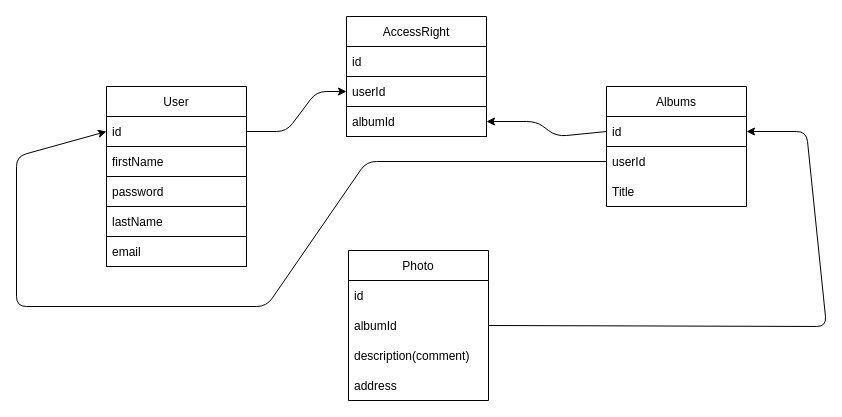
Earlier version of the draw.io diagram db.drawio (skreyzo/project-init). Source tidied: cells renumbered, new cells numbered last; positions are measured from the earlier drawing's top-left corner, leaving out a move shared by most shapes. Both pictures are drawn from the tidied source at 100%, with x=0, y=0 at pixel (16, 16).
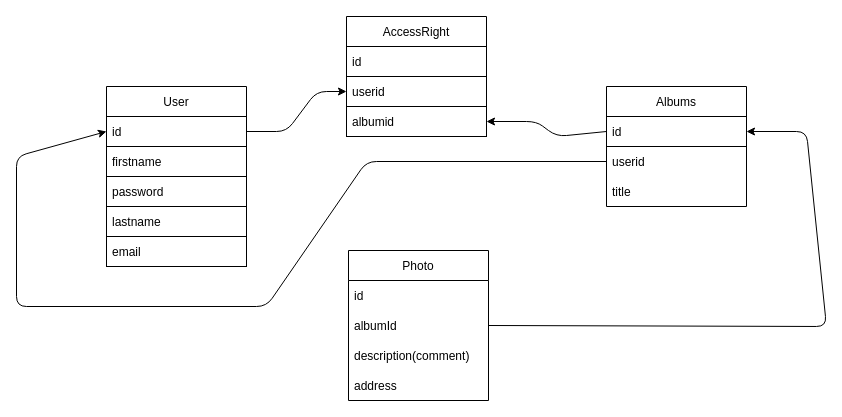
After the change.

The change refers to these unchanged cells:
```xml
<mxCell id="2" value="User" style="swimlane;fontStyle=0;horizontal=1;startSize=30;" parent="1" vertex="1">
  <mxGeometry x="90" y="70" width="140" height="180" as="geometry" />
</mxCell>
<mxCell id="8" value="Albums" style="swimlane;fontStyle=0;horizontal=1;startSize=30;" parent="1" vertex="1">
  <mxGeometry x="590" y="70" width="140" height="120" as="geometry" />
</mxCell>
<mxCell id="12" value="AccessRight" style="swimlane;fontStyle=0;horizontal=1;startSize=30;" parent="1" vertex="1">
  <mxGeometry x="330" width="140" height="120" as="geometry" />
</mxCell>
```

Diff of the diagram source:
```diff
@@
-    <mxCell id="4" value="firstName" style="text;strokeColor=default;fillColor=none;align=left;verticalAlign=middle;spacingLeft=4;spacingRight=4;overflow=hidden;" parent="2" vertex="1">
+    <mxCell id="4" value="firstname" style="text;strokeColor=default;fillColor=none;align=left;verticalAlign=middle;spacingLeft=4;spacingRight=4;overflow=hidden;" parent="2" vertex="1">
       <mxGeometry y="60" width="140" height="30" as="geometry" />
     </mxCell>
@@
-    <mxCell id="6" value="lastName" style="text;strokeColor=default;fillColor=none;align=left;verticalAlign=middle;spacingLeft=4;spacingRight=4;overflow=hidden;" parent="2" vertex="1">
+    <mxCell id="6" value="lastname" style="text;strokeColor=default;fillColor=none;align=left;verticalAlign=middle;spacingLeft=4;spacingRight=4;overflow=hidden;" parent="2" vertex="1">
       <mxGeometry y="120" width="140" height="30" as="geometry" />
     </mxCell>
@@
-    <mxCell id="10" value="userId" style="text;strokeColor=none;fillColor=none;align=left;verticalAlign=middle;spacingLeft=4;spacingRight=4;overflow=hidden;points=[[0,0.5],[1,0.5]];portConstraint=eastwest;" parent="8" vertex="1">
+    <mxCell id="10" value="userid" style="text;strokeColor=none;fillColor=none;align=left;verticalAlign=middle;spacingLeft=4;spacingRight=4;overflow=hidden;points=[[0,0.5],[1,0.5]];portConstraint=eastwest;" parent="8" vertex="1">
       <mxGeometry y="60" width="140" height="30" as="geometry" />
     </mxCell>
-    <mxCell id="11" value="Title" style="text;strokeColor=none;fillColor=none;align=left;verticalAlign=middle;spacingLeft=4;spacingRight=4;overflow=hidden;" parent="8" vertex="1">
+    <mxCell id="11" value="title" style="text;strokeColor=none;fillColor=none;align=left;verticalAlign=middle;spacingLeft=4;spacingRight=4;overflow=hidden;" parent="8" vertex="1">
       <mxGeometry y="90" width="140" height="30" as="geometry" />
     </mxCell>
@@
-    <mxCell id="14" value="userId" style="text;strokeColor=none;fillColor=none;align=left;verticalAlign=middle;spacingLeft=4;spacingRight=4;overflow=hidden;points=[[0,0.5],[1,0.5]];portConstraint=eastwest;" parent="12" vertex="1">
+    <mxCell id="14" value="userid" style="text;strokeColor=none;fillColor=none;align=left;verticalAlign=middle;spacingLeft=4;spacingRight=4;overflow=hidden;points=[[0,0.5],[1,0.5]];portConstraint=eastwest;" parent="12" vertex="1">
       <mxGeometry y="60" width="140" height="30" as="geometry" />
     </mxCell>
-    <mxCell id="15" value="albumId" style="text;strokeColor=default;fillColor=none;align=left;verticalAlign=middle;spacingLeft=4;spacingRight=4;overflow=hidden;points=[[0,0.5],[1,0.5]];portConstraint=eastwest;" parent="12" vertex="1">
+    <mxCell id="15" value="albumid" style="text;strokeColor=default;fillColor=none;align=left;verticalAlign=middle;spacingLeft=4;spacingRight=4;overflow=hidden;points=[[0,0.5],[1,0.5]];portConstraint=eastwest;" parent="12" vertex="1">
       <mxGeometry y="90" width="140" height="30" as="geometry" />
     </mxCell>
```
